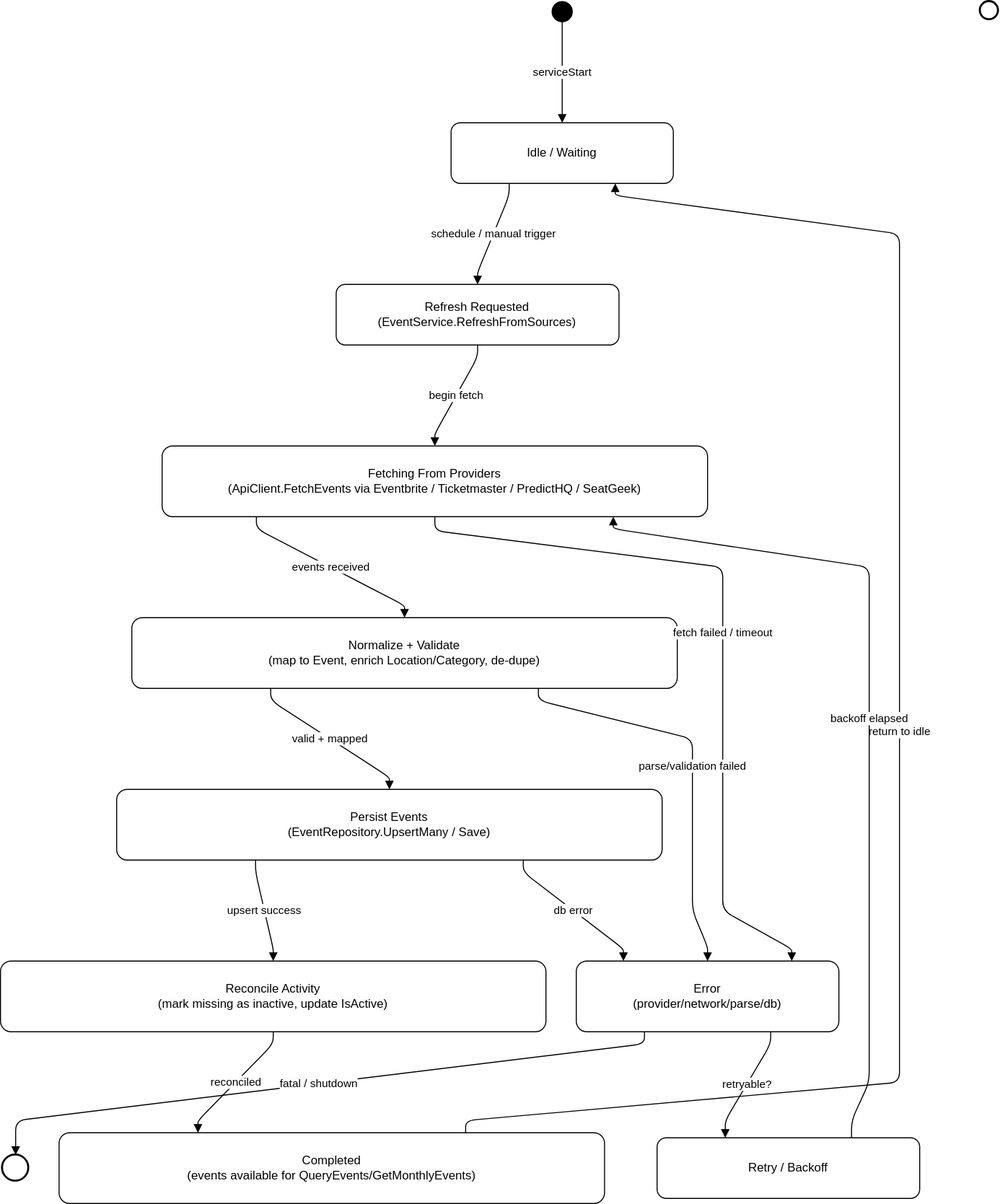
Above: doc/EVENT_BACKEND.drawio.svg in bortiz-101/Community-Event-Finder (draw.io), before the change. Source tidied: cells renumbered, new cells last; positions are measured from the earlier drawing's top-left corner, leaving out a move shared by most shapes.
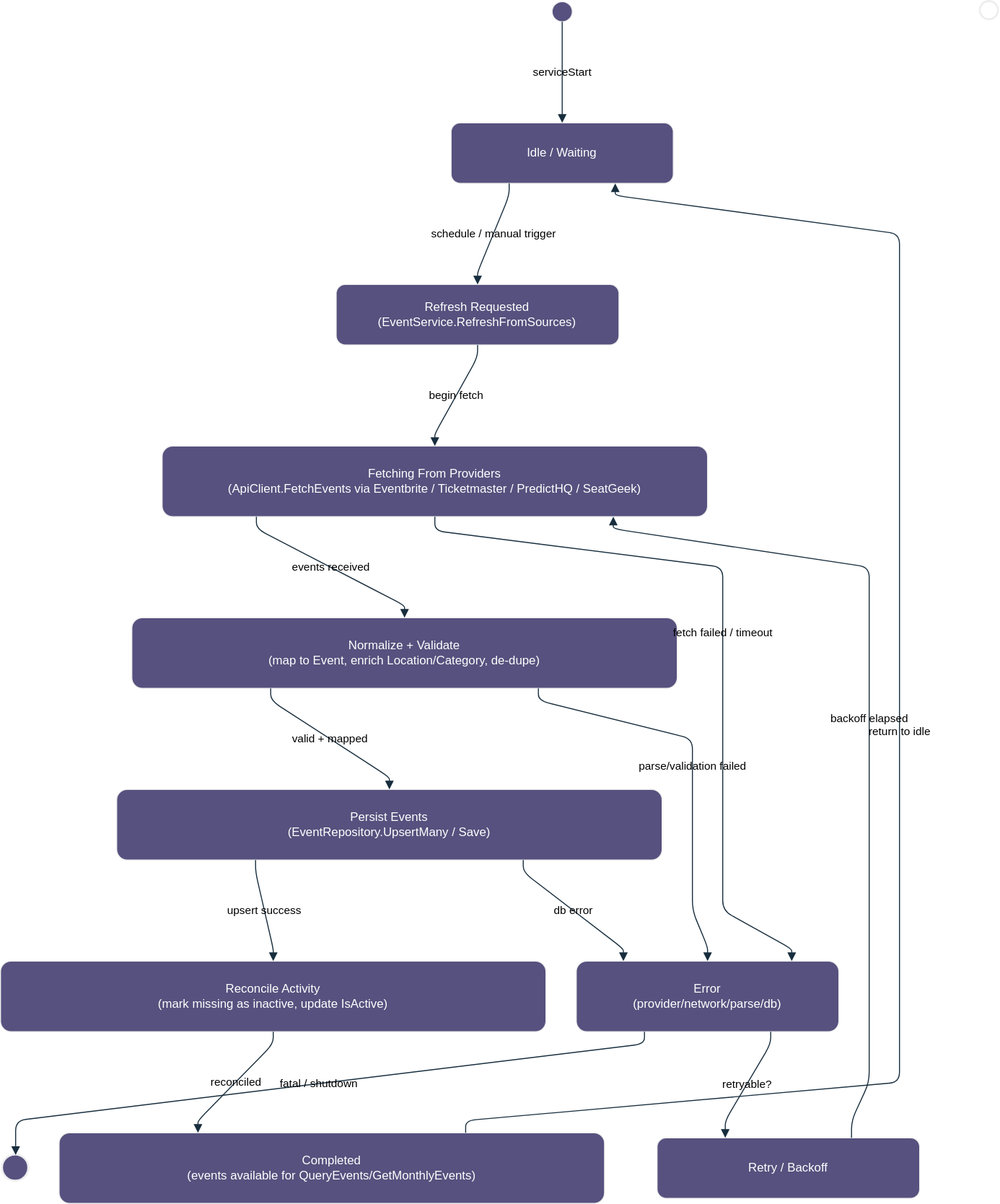
The same diagram one commit later.

The edit, as a diff of the source:
```diff
@@ -2,43 +2,43 @@
   <root>
     <mxCell id="0" />
     <mxCell id="1" parent="0" />
-    <mxCell id="2" style="ellipse;fillColor=#000000;strokeColor=#000000;" parent="1" vertex="1">
+    <mxCell id="2" style="ellipse;fillColor=#56517E;strokeColor=#EEEEEE;labelBackgroundColor=none;fontColor=#FFFFFF;" parent="1" vertex="1">
       <mxGeometry x="546.1" width="20" height="20" as="geometry" />
     </mxCell>
-    <mxCell id="3" value="Idle / Waiting" style="rounded=1;whiteSpace=wrap;html=1;align=center;verticalAlign=middle;" parent="1" vertex="1">
+    <mxCell id="3" value="Idle / Waiting" style="rounded=1;whiteSpace=wrap;html=1;align=center;verticalAlign=middle;labelBackgroundColor=none;fillColor=#56517E;strokeColor=#EEEEEE;fontColor=#FFFFFF;" parent="1" vertex="1">
       <mxGeometry x="446.1" y="120" width="220" height="60" as="geometry" />
     </mxCell>
-    <mxCell id="4" value="Refresh Requested&#10;(EventService.RefreshFromSources)" style="rounded=1;whiteSpace=wrap;html=1;align=center;verticalAlign=middle;" parent="1" vertex="1">
+    <mxCell id="4" value="Refresh Requested&#10;(EventService.RefreshFromSources)" style="rounded=1;whiteSpace=wrap;html=1;align=center;verticalAlign=middle;labelBackgroundColor=none;fillColor=#56517E;strokeColor=#EEEEEE;fontColor=#FFFFFF;" parent="1" vertex="1">
       <mxGeometry x="332.3" y="280" width="280" height="60" as="geometry" />
     </mxCell>
-    <mxCell id="5" value="Fetching From Providers&#10;(ApiClient.FetchEvents via Eventbrite / Ticketmaster / PredictHQ / SeatGeek)" style="rounded=1;whiteSpace=wrap;html=1;align=center;verticalAlign=middle;" parent="1" vertex="1">
+    <mxCell id="5" value="Fetching From Providers&#10;(ApiClient.FetchEvents via Eventbrite / Ticketmaster / PredictHQ / SeatGeek)" style="rounded=1;whiteSpace=wrap;html=1;align=center;verticalAlign=middle;labelBackgroundColor=none;fillColor=#56517E;strokeColor=#EEEEEE;fontColor=#FFFFFF;" parent="1" vertex="1">
       <mxGeometry x="160" y="440" width="540" height="70" as="geometry" />
     </mxCell>
-    <mxCell id="6" value="Normalize + Validate&#10;(map to Event, enrich Location/Category, de-dupe)" style="rounded=1;whiteSpace=wrap;html=1;align=center;verticalAlign=middle;" parent="1" vertex="1">
+    <mxCell id="6" value="Normalize + Validate&#10;(map to Event, enrich Location/Category, de-dupe)" style="rounded=1;whiteSpace=wrap;html=1;align=center;verticalAlign=middle;labelBackgroundColor=none;fillColor=#56517E;strokeColor=#EEEEEE;fontColor=#FFFFFF;" parent="1" vertex="1">
       <mxGeometry x="130" y="610" width="540" height="70" as="geometry" />
     </mxCell>
-    <mxCell id="7" value="Persist Events&#10;(EventRepository.UpsertMany / Save)" style="rounded=1;whiteSpace=wrap;html=1;align=center;verticalAlign=middle;" parent="1" vertex="1">
+    <mxCell id="7" value="Persist Events&#10;(EventRepository.UpsertMany / Save)" style="rounded=1;whiteSpace=wrap;html=1;align=center;verticalAlign=middle;labelBackgroundColor=none;fillColor=#56517E;strokeColor=#EEEEEE;fontColor=#FFFFFF;" parent="1" vertex="1">
       <mxGeometry x="115" y="780" width="540" height="70" as="geometry" />
     </mxCell>
-    <mxCell id="8" value="Reconcile Activity&#10;(mark missing as inactive, update IsActive)" style="rounded=1;whiteSpace=wrap;html=1;align=center;verticalAlign=middle;" parent="1" vertex="1">
+    <mxCell id="8" value="Reconcile Activity&#10;(mark missing as inactive, update IsActive)" style="rounded=1;whiteSpace=wrap;html=1;align=center;verticalAlign=middle;labelBackgroundColor=none;fillColor=#56517E;strokeColor=#EEEEEE;fontColor=#FFFFFF;" parent="1" vertex="1">
       <mxGeometry y="950" width="540" height="70" as="geometry" />
     </mxCell>
-    <mxCell id="9" value="Completed&#10;(events available for QueryEvents/GetMonthlyEvents)" style="rounded=1;whiteSpace=wrap;html=1;align=center;verticalAlign=middle;" parent="1" vertex="1">
+    <mxCell id="9" value="Completed&#10;(events available for QueryEvents/GetMonthlyEvents)" style="rounded=1;whiteSpace=wrap;html=1;align=center;verticalAlign=middle;labelBackgroundColor=none;fillColor=#56517E;strokeColor=#EEEEEE;fontColor=#FFFFFF;" parent="1" vertex="1">
       <mxGeometry x="58" y="1120" width="540" height="70" as="geometry" />
     </mxCell>
-    <mxCell id="10" value="Error&#10;(provider/network/parse/db)" style="rounded=1;whiteSpace=wrap;html=1;align=center;verticalAlign=middle;strokeColor=#000000;" parent="1" vertex="1">
+    <mxCell id="10" value="Error&#10;(provider/network/parse/db)" style="rounded=1;whiteSpace=wrap;html=1;align=center;verticalAlign=middle;strokeColor=#EEEEEE;labelBackgroundColor=none;fillColor=#56517E;fontColor=#FFFFFF;" parent="1" vertex="1">
       <mxGeometry x="570" y="950" width="260" height="70" as="geometry" />
     </mxCell>
-    <mxCell id="11" value="Retry / Backoff" style="rounded=1;whiteSpace=wrap;html=1;align=center;verticalAlign=middle;" parent="1" vertex="1">
+    <mxCell id="11" value="Retry / Backoff" style="rounded=1;whiteSpace=wrap;html=1;align=center;verticalAlign=middle;labelBackgroundColor=none;fillColor=#56517E;strokeColor=#EEEEEE;fontColor=#FFFFFF;" parent="1" vertex="1">
       <mxGeometry x="650" y="1125" width="260" height="60" as="geometry" />
     </mxCell>
-    <mxCell id="12" style="ellipse;fillColor=#ffffff;strokeColor=#000000;strokeWidth=2;" parent="1" vertex="1">
+    <mxCell id="12" style="ellipse;fillColor=#56517E;strokeColor=#EEEEEE;strokeWidth=2;labelBackgroundColor=none;fontColor=#FFFFFF;" parent="1" vertex="1">
       <mxGeometry x="2" y="1142" width="26" height="26" as="geometry" />
     </mxCell>
-    <mxCell id="13" style="ellipse;fillColor=none;strokeColor=#000000;strokeWidth=2;" parent="1" vertex="1">
+    <mxCell id="13" style="ellipse;fillColor=none;strokeColor=#EEEEEE;strokeWidth=2;labelBackgroundColor=none;fontColor=#FFFFFF;" parent="1" vertex="1">
       <mxGeometry x="970" width="18" height="18" as="geometry" />
     </mxCell>
-    <mxCell id="14" value="serviceStart" style="endArrow=block;html=1;rounded=1;noEdgeStyle=1;orthogonal=1;" parent="1" edge="1" source="2" target="3">
+    <mxCell id="14" value="serviceStart" style="endArrow=block;html=1;rounded=1;noEdgeStyle=1;orthogonal=1;labelBackgroundColor=none;strokeColor=#182E3E;fontColor=default;" parent="1" edge="1" source="2" target="3">
       <mxGeometry relative="1" as="geometry">
         <Array as="points">
           <mxPoint x="556.1" y="32" />
@@ -46,7 +46,7 @@
         </Array>
       </mxGeometry>
     </mxCell>
-    <mxCell id="15" value="schedule / manual trigger" style="endArrow=block;html=1;rounded=1;noEdgeStyle=1;orthogonal=1;" parent="1" edge="1" source="3" target="4">
+    <mxCell id="15" value="schedule / manual trigger" style="endArrow=block;html=1;rounded=1;noEdgeStyle=1;orthogonal=1;labelBackgroundColor=none;strokeColor=#182E3E;fontColor=default;" parent="1" edge="1" source="3" target="4">
       <mxGeometry relative="1" as="geometry">
         <Array as="points">
           <mxPoint x="503.6" y="192" />
@@ -54,7 +54,7 @@
         </Array>
       </mxGeometry>
     </mxCell>
-    <mxCell id="16" value="begin fetch" style="endArrow=block;html=1;rounded=1;noEdgeStyle=1;orthogonal=1;" parent="1" edge="1" source="4" target="5">
+    <mxCell id="16" value="begin fetch" style="endArrow=block;html=1;rounded=1;noEdgeStyle=1;orthogonal=1;labelBackgroundColor=none;strokeColor=#182E3E;fontColor=default;" parent="1" edge="1" source="4" target="5">
       <mxGeometry relative="1" as="geometry">
         <Array as="points">
           <mxPoint x="472.3" y="352" />
@@ -62,7 +62,7 @@
         </Array>
       </mxGeometry>
     </mxCell>
-    <mxCell id="17" value="events received" style="endArrow=block;html=1;rounded=1;noEdgeStyle=1;orthogonal=1;" parent="1" edge="1" source="5" target="6">
+    <mxCell id="17" value="events received" style="endArrow=block;html=1;rounded=1;noEdgeStyle=1;orthogonal=1;labelBackgroundColor=none;strokeColor=#182E3E;fontColor=default;" parent="1" edge="1" source="5" target="6">
       <mxGeometry relative="1" as="geometry">
         <Array as="points">
           <mxPoint x="253.3" y="522" />
@@ -70,7 +70,7 @@
         </Array>
       </mxGeometry>
     </mxCell>
-    <mxCell id="18" value="valid + mapped" style="endArrow=block;html=1;rounded=1;noEdgeStyle=1;orthogonal=1;" parent="1" edge="1" source="6" target="7">
+    <mxCell id="18" value="valid + mapped" style="endArrow=block;html=1;rounded=1;noEdgeStyle=1;orthogonal=1;labelBackgroundColor=none;strokeColor=#182E3E;fontColor=default;" parent="1" edge="1" source="6" target="7">
       <mxGeometry relative="1" as="geometry">
         <Array as="points">
           <mxPoint x="267.5" y="692" />
@@ -78,7 +78,7 @@
         </Array>
       </mxGeometry>
     </mxCell>
-    <mxCell id="19" value="upsert success" style="endArrow=block;html=1;rounded=1;noEdgeStyle=1;orthogonal=1;" parent="1" edge="1" source="7" target="8">
+    <mxCell id="19" value="upsert success" style="endArrow=block;html=1;rounded=1;noEdgeStyle=1;orthogonal=1;labelBackgroundColor=none;strokeColor=#182E3E;fontColor=default;" parent="1" edge="1" source="7" target="8">
       <mxGeometry relative="1" as="geometry">
         <Array as="points">
           <mxPoint x="252.5" y="862" />
@@ -86,7 +86,7 @@
         </Array>
       </mxGeometry>
     </mxCell>
-    <mxCell id="20" value="reconciled" style="endArrow=block;html=1;rounded=1;noEdgeStyle=1;orthogonal=1;" parent="1" edge="1" source="8" target="9">
+    <mxCell id="20" value="reconciled" style="endArrow=block;html=1;rounded=1;noEdgeStyle=1;orthogonal=1;labelBackgroundColor=none;strokeColor=#182E3E;fontColor=default;" parent="1" edge="1" source="8" target="9">
       <mxGeometry relative="1" as="geometry">
         <Array as="points">
           <mxPoint x="270" y="1032" />
@@ -94,7 +94,7 @@
         </Array>
       </mxGeometry>
     </mxCell>
-    <mxCell id="21" value="return to idle" style="endArrow=block;html=1;rounded=1;noEdgeStyle=1;orthogonal=1;" parent="1" edge="1" source="9" target="3">
+    <mxCell id="21" value="return to idle" style="endArrow=block;html=1;rounded=1;noEdgeStyle=1;orthogonal=1;labelBackgroundColor=none;strokeColor=#182E3E;fontColor=default;" parent="1" edge="1" source="9" target="3">
       <mxGeometry relative="1" as="geometry">
         <Array as="points">
           <mxPoint x="460.5" y="1108" />
@@ -112,7 +112,7 @@
         </Array>
       </mxGeometry>
     </mxCell>
-    <mxCell id="22" value="fetch failed / timeout" style="endArrow=block;html=1;rounded=1;noEdgeStyle=1;orthogonal=1;" parent="1" edge="1" source="5" target="10">
+    <mxCell id="22" value="fetch failed / timeout" style="endArrow=block;html=1;rounded=1;noEdgeStyle=1;orthogonal=1;labelBackgroundColor=none;strokeColor=#182E3E;fontColor=default;" parent="1" edge="1" source="5" target="10">
       <mxGeometry relative="1" as="geometry">
         <Array as="points">
           <mxPoint x="430" y="524" />
@@ -124,7 +124,7 @@
         </Array>
       </mxGeometry>
     </mxCell>
-    <mxCell id="23" value="parse/validation failed" style="endArrow=block;html=1;rounded=1;noEdgeStyle=1;orthogonal=1;" parent="1" edge="1" source="6" target="10">
+    <mxCell id="23" value="parse/validation failed" style="endArrow=block;html=1;rounded=1;noEdgeStyle=1;orthogonal=1;labelBackgroundColor=none;strokeColor=#182E3E;fontColor=default;" parent="1" edge="1" source="6" target="10">
       <mxGeometry relative="1" as="geometry">
         <Array as="points">
           <mxPoint x="532.5" y="692" />
@@ -134,7 +134,7 @@
         </Array>
       </mxGeometry>
     </mxCell>
-    <mxCell id="24" value="db error" style="endArrow=block;html=1;rounded=1;noEdgeStyle=1;orthogonal=1;" parent="1" edge="1" source="7" target="10">
+    <mxCell id="24" value="db error" style="endArrow=block;html=1;rounded=1;noEdgeStyle=1;orthogonal=1;labelBackgroundColor=none;strokeColor=#182E3E;fontColor=default;" parent="1" edge="1" source="7" target="10">
       <mxGeometry relative="1" as="geometry">
         <Array as="points">
           <mxPoint x="517.5" y="862" />
@@ -142,7 +142,7 @@
         </Array>
       </mxGeometry>
     </mxCell>
-    <mxCell id="25" value="retryable?" style="endArrow=block;html=1;rounded=1;noEdgeStyle=1;orthogonal=1;" parent="1" edge="1" source="10" target="11">
+    <mxCell id="25" value="retryable?" style="endArrow=block;html=1;rounded=1;noEdgeStyle=1;orthogonal=1;labelBackgroundColor=none;strokeColor=#182E3E;fontColor=default;" parent="1" edge="1" source="10" target="11">
       <mxGeometry relative="1" as="geometry">
         <Array as="points">
           <mxPoint x="762.5" y="1032" />
@@ -150,7 +150,7 @@
         </Array>
       </mxGeometry>
     </mxCell>
-    <mxCell id="26" value="backoff elapsed" style="endArrow=block;html=1;rounded=1;noEdgeStyle=1;orthogonal=1;" parent="1" edge="1" source="11" target="5">
+    <mxCell id="26" value="backoff elapsed" style="endArrow=block;html=1;rounded=1;noEdgeStyle=1;orthogonal=1;labelBackgroundColor=none;strokeColor=#182E3E;fontColor=default;" parent="1" edge="1" source="11" target="5">
       <mxGeometry relative="1" as="geometry">
         <Array as="points">
           <mxPoint x="842.5" y="1108" />
@@ -164,7 +164,7 @@
         </Array>
       </mxGeometry>
     </mxCell>
-    <mxCell id="27" value="fatal / shutdown" style="endArrow=block;html=1;rounded=1;noEdgeStyle=1;orthogonal=1;" parent="1" edge="1" source="10" target="12">
+    <mxCell id="27" value="fatal / shutdown" style="endArrow=block;html=1;rounded=1;noEdgeStyle=1;orthogonal=1;labelBackgroundColor=none;strokeColor=#182E3E;fontColor=default;" parent="1" edge="1" source="10" target="12">
       <mxGeometry relative="1" as="geometry">
         <Array as="points">
           <mxPoint x="637.5" y="1032" />
```
